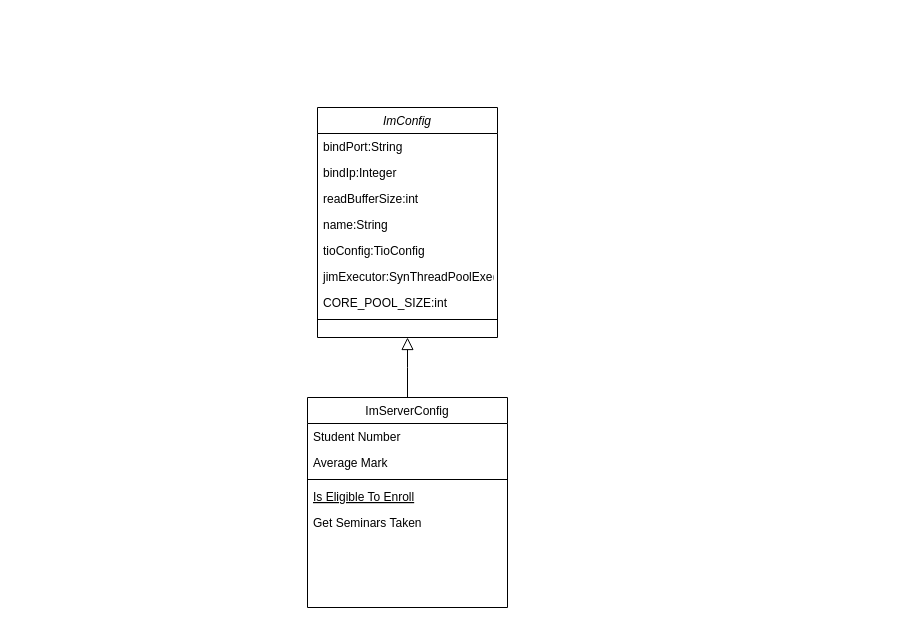
This is J-im流程图/未命名绘图.drawio from RR9-cn/DrawFile, a draw.io file, before an edit. Source tidied: cells renumbered, new cells numbered last; positions are measured from the earlier drawing's top-left corner, leaving out a move shared by most shapes. Both pictures are drawn from the tidied source at 100%, with x=0, y=0 at pixel (307, 107).
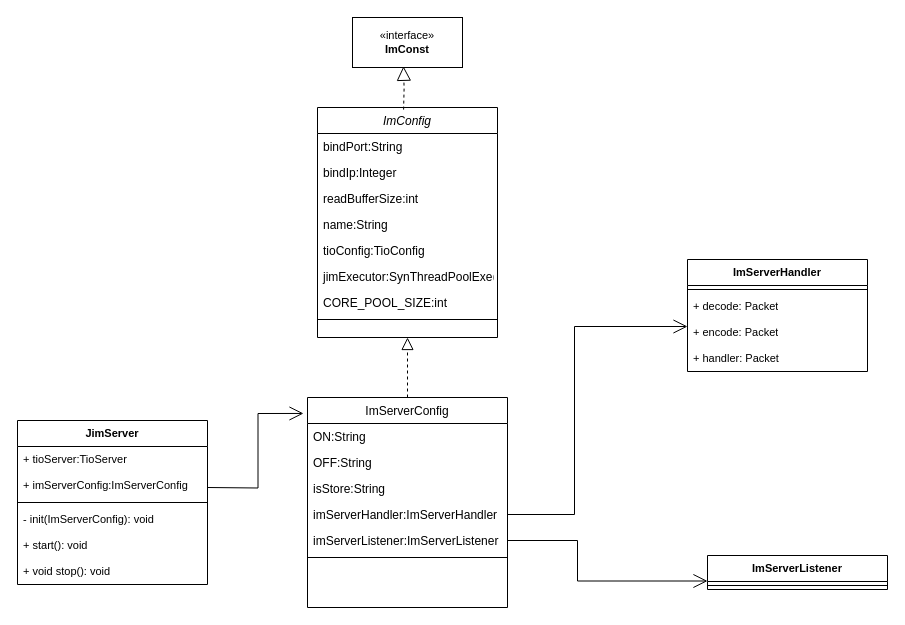
The same diagram, later.

Commit message (it also covers changes not shown here):
更新未命名绘图.drawio

Unchanged cells that the change refers to:
```xml
<mxCell id="2" value="ImConfig" style="swimlane;fontStyle=2;align=center;verticalAlign=top;horizontal=1;startSize=26;rounded=0;shadow=0;strokeWidth=1;" parent="1" vertex="1">
  <mxGeometry x="10" width="180" height="230" as="geometry" />
</mxCell>
<mxCell id="11" value="ImServerConfig" style="swimlane;fontStyle=0;align=center;verticalAlign=top;horizontal=1;startSize=26;rounded=0;shadow=0;strokeWidth=1;" parent="1" vertex="1">
  <mxGeometry y="290" width="200" height="210" as="geometry" />
</mxCell>
```

The edit, as a diff of the source:
```diff
@@
+    <mxCell id="18" style="endArrow=block;dashed=1;endFill=0;endSize=12;html=1;rounded=0;labelBackgroundColor=default;strokeColor=default;fontFamily=Helvetica;fontSize=11;fontColor=default;shape=connector;edgeStyle=orthogonalEdgeStyle;exitX=0.556;exitY=0.009;exitDx=0;exitDy=0;exitPerimeter=0;" parent="2" edge="1">
+      <mxGeometry relative="1" as="geometry">
+        <mxPoint x="86.1" y="2.1" as="sourcePoint" />
+        <mxPoint x="86" y="-41.2" as="targetPoint" />
+      </mxGeometry>
+    </mxCell>
@@
-    <mxCell id="12" value="Student Number" style="text;align=left;verticalAlign=top;spacingLeft=4;spacingRight=4;overflow=hidden;" parent="11" vertex="1">
+    <mxCell id="12" value="ON:String" style="text;align=left;verticalAlign=top;spacingLeft=4;spacingRight=4;overflow=hidden;" parent="11" vertex="1">
       <mxGeometry y="26" width="200" height="26" as="geometry" />
     </mxCell>
-    <mxCell id="13" value="Average Mark" style="text;align=left;verticalAlign=top;spacingLeft=4;spacingRight=4;overflow=hidden;rounded=0;shadow=0;html=0;" parent="11" vertex="1">
+    <mxCell id="13" value="OFF:String" style="text;align=left;verticalAlign=top;spacingLeft=4;spacingRight=4;overflow=hidden;rounded=0;shadow=0;html=0;" parent="11" vertex="1">
       <mxGeometry y="52" width="200" height="26" as="geometry" />
     </mxCell>
-    <mxCell id="14" style="line;html=1;strokeWidth=1;align=left;verticalAlign=middle;spacingTop=-1;spacingLeft=3;spacingRight=3;labelPosition=right;" parent="11" vertex="1">
-      <mxGeometry y="78" width="200" height="8" as="geometry" />
-    </mxCell>
-    <mxCell id="15" value="Is Eligible To Enroll" style="text;align=left;verticalAlign=top;spacingLeft=4;spacingRight=4;overflow=hidden;fontStyle=4;" parent="11" vertex="1">
-      <mxGeometry y="86" width="200" height="26" as="geometry" />
+    <mxCell id="15" value="isStore:String" style="text;align=left;verticalAlign=top;spacingLeft=4;spacingRight=4;overflow=hidden;fontStyle=0;" parent="11" vertex="1">
+      <mxGeometry y="78" width="200" height="26" as="geometry" />
     </mxCell>
-    <mxCell id="16" value="Get Seminars Taken" style="text;align=left;verticalAlign=top;spacingLeft=4;spacingRight=4;overflow=hidden;" parent="11" vertex="1">
-      <mxGeometry y="112" width="200" height="26" as="geometry" />
+    <mxCell id="16" value="imServerHandler:ImServerHandler" style="text;align=left;verticalAlign=top;spacingLeft=4;spacingRight=4;overflow=hidden;" parent="11" vertex="1">
+      <mxGeometry y="104" width="200" height="26" as="geometry" />
     </mxCell>
+    <mxCell id="19" value="imServerListener:ImServerListener" style="text;align=left;verticalAlign=top;spacingLeft=4;spacingRight=4;overflow=hidden;points=[[0,0.5],[1,0.5]];portConstraint=eastwest;fontStyle=0;" parent="11" vertex="1">
+      <mxGeometry y="130" width="200" height="26" as="geometry" />
+    </mxCell>
+    <mxCell id="14" style="line;html=1;strokeWidth=1;align=left;verticalAlign=middle;spacingTop=-1;spacingLeft=3;spacingRight=3;labelPosition=right;" parent="11" vertex="1">
+      <mxGeometry y="156" width="200" height="8" as="geometry" />
+    </mxCell>
-    <mxCell id="17" style="endArrow=block;endSize=10;endFill=0;shadow=0;strokeWidth=1;rounded=0;edgeStyle=elbowEdgeStyle;elbow=vertical;entryX=0.5;entryY=1;entryDx=0;entryDy=0;" parent="1" edge="1" source="11" target="2">
+    <mxCell id="17" style="endArrow=block;endSize=10;endFill=0;shadow=0;strokeWidth=1;rounded=0;edgeStyle=elbowEdgeStyle;elbow=vertical;entryX=0.5;entryY=1;entryDx=0;entryDy=0;dashed=1;" parent="1" edge="1" source="11" target="2">
       <mxGeometry relative="1" as="geometry" />
     </mxCell>
+    <mxCell id="20" style="endArrow=open;endFill=1;endSize=12;html=1;rounded=0;exitX=1.015;exitY=0.154;exitDx=0;exitDy=0;exitPerimeter=0;edgeStyle=orthogonalEdgeStyle;" parent="1" edge="1" target="24">
+      <mxGeometry relative="1" as="geometry">
+        <mxPoint x="200" y="407" as="sourcePoint" />
+        <Array as="points">
+          <mxPoint x="267" y="407" />
+          <mxPoint x="267" y="219" />
+        </Array>
+      </mxGeometry>
+    </mxCell>
+    <mxCell id="21" value="ImServerHandler" style="swimlane;fontStyle=1;align=center;verticalAlign=top;horizontal=1;startSize=26;whiteSpace=wrap;html=1;fontFamily=Helvetica;fontSize=11;fontColor=default;" parent="1" vertex="1">
+      <mxGeometry x="380" y="152" width="180" height="112" as="geometry" />
+    </mxCell>
+    <mxCell id="22" style="line;strokeWidth=1;fillColor=none;align=left;verticalAlign=middle;spacingTop=-1;spacingLeft=3;spacingRight=3;labelPosition=right;strokeColor=inherit;fontFamily=Helvetica;fontSize=11;fontColor=default;" parent="21" vertex="1">
+      <mxGeometry y="26" width="180" height="8" as="geometry" />
+    </mxCell>
+    <mxCell id="23" value="+ decode&lt;span style=&quot;background-color: initial;&quot;&gt;: Packet&lt;/span&gt;" style="text;strokeColor=none;fillColor=none;align=left;verticalAlign=top;spacingLeft=4;spacingRight=4;overflow=hidden;whiteSpace=wrap;html=1;fontSize=11;fontFamily=Helvetica;fontColor=default;" parent="21" vertex="1">
+      <mxGeometry y="34" width="180" height="26" as="geometry" />
+    </mxCell>
+    <mxCell id="24" value="+ encode&lt;span style=&quot;background-color: initial;&quot;&gt;: Packet&lt;/span&gt;" style="text;strokeColor=none;fillColor=none;align=left;verticalAlign=top;spacingLeft=4;spacingRight=4;overflow=hidden;points=[[0,0.5],[1,0.5]];portConstraint=eastwest;whiteSpace=wrap;html=1;fontSize=11;fontFamily=Helvetica;fontColor=default;" parent="21" vertex="1">
+      <mxGeometry y="60" width="180" height="26" as="geometry" />
+    </mxCell>
+    <mxCell id="25" value="+ handler&lt;span style=&quot;background-color: initial;&quot;&gt;: Packet&lt;/span&gt;" style="text;strokeColor=none;fillColor=none;align=left;verticalAlign=top;spacingLeft=4;spacingRight=4;overflow=hidden;whiteSpace=wrap;html=1;fontSize=11;fontFamily=Helvetica;fontColor=default;" parent="21" vertex="1">
+      <mxGeometry y="86" width="180" height="26" as="geometry" />
+    </mxCell>
+    <mxCell id="26" value="ImServerListener" style="swimlane;fontStyle=1;align=center;verticalAlign=top;horizontal=1;startSize=26;whiteSpace=wrap;html=1;fontFamily=Helvetica;fontSize=11;fontColor=default;" parent="1" vertex="1">
+      <mxGeometry x="400" y="448" width="180" height="34" as="geometry" />
+    </mxCell>
+    <mxCell id="27" style="line;strokeWidth=1;fillColor=none;align=left;verticalAlign=middle;spacingTop=-1;spacingLeft=3;spacingRight=3;labelPosition=right;strokeColor=inherit;fontFamily=Helvetica;fontSize=11;fontColor=default;" parent="26" vertex="1">
+      <mxGeometry y="26" width="180" height="8" as="geometry" />
+    </mxCell>
+    <mxCell id="28" style="edgeStyle=orthogonalEdgeStyle;shape=connector;rounded=0;jettySize=auto;html=1;entryX=0;entryY=0.75;entryDx=0;entryDy=0;labelBackgroundColor=default;strokeColor=default;fontFamily=Helvetica;fontSize=11;fontColor=default;endArrow=open;endFill=1;endSize=12;" parent="1" edge="1" source="19" target="26">
+      <mxGeometry relative="1" as="geometry">
+        <Array as="points">
+          <mxPoint x="270" y="433" />
+          <mxPoint x="270" y="474" />
+        </Array>
+      </mxGeometry>
+    </mxCell>
+    <mxCell id="29" value="«interface»&lt;br&gt;&lt;b&gt;ImConst&lt;/b&gt;" style="html=1;whiteSpace=wrap;fontFamily=Helvetica;fontSize=11;fontColor=default;" parent="1" vertex="1">
+      <mxGeometry x="45" y="-90" width="110" height="50" as="geometry" />
+    </mxCell>
+    <mxCell id="30" value="JimServer" style="swimlane;fontStyle=1;align=center;verticalAlign=top;horizontal=1;startSize=26;whiteSpace=wrap;html=1;fontFamily=Helvetica;fontSize=11;fontColor=default;" parent="1" vertex="1">
+      <mxGeometry x="-290" y="313" width="190" height="164" as="geometry" />
+    </mxCell>
+    <mxCell id="31" value="+ tioServer&lt;span style=&quot;background-color: initial;&quot;&gt;:&lt;/span&gt;&lt;span style=&quot;background-color: initial;&quot;&gt;TioServer&lt;/span&gt;" style="text;strokeColor=none;fillColor=none;align=left;verticalAlign=top;spacingLeft=4;spacingRight=4;overflow=hidden;whiteSpace=wrap;html=1;fontSize=11;fontFamily=Helvetica;fontColor=default;" parent="30" vertex="1">
+      <mxGeometry y="26" width="190" height="26" as="geometry" />
+    </mxCell>
+    <mxCell id="32" value="+ imServerConfig&lt;span style=&quot;background-color: initial;&quot;&gt;:ImServerConfig&lt;/span&gt;" style="text;strokeColor=none;fillColor=none;align=left;verticalAlign=top;spacingLeft=4;spacingRight=4;overflow=hidden;whiteSpace=wrap;html=1;fontSize=11;fontFamily=Helvetica;fontColor=default;" parent="30" vertex="1">
+      <mxGeometry y="52" width="190" height="26" as="geometry" />
+    </mxCell>
+    <mxCell id="33" style="line;strokeWidth=1;fillColor=none;align=left;verticalAlign=middle;spacingTop=-1;spacingLeft=3;spacingRight=3;labelPosition=right;strokeColor=inherit;fontFamily=Helvetica;fontSize=11;fontColor=default;" parent="30" vertex="1">
+      <mxGeometry y="78" width="190" height="8" as="geometry" />
+    </mxCell>
+    <mxCell id="34" value="- init(ImServerConfig): void" style="text;strokeColor=none;fillColor=none;align=left;verticalAlign=top;spacingLeft=4;spacingRight=4;overflow=hidden;whiteSpace=wrap;html=1;fontSize=11;fontFamily=Helvetica;fontColor=default;" parent="30" vertex="1">
+      <mxGeometry y="86" width="190" height="26" as="geometry" />
+    </mxCell>
+    <mxCell id="35" value="+ start(): void" style="text;strokeColor=none;fillColor=none;align=left;verticalAlign=top;spacingLeft=4;spacingRight=4;overflow=hidden;whiteSpace=wrap;html=1;fontSize=11;fontFamily=Helvetica;fontColor=default;" parent="30" vertex="1">
+      <mxGeometry y="112" width="190" height="26" as="geometry" />
+    </mxCell>
+    <mxCell id="36" value="+ void stop(): void" style="text;strokeColor=none;fillColor=none;align=left;verticalAlign=top;spacingLeft=4;spacingRight=4;overflow=hidden;whiteSpace=wrap;html=1;fontSize=11;fontFamily=Helvetica;fontColor=default;" parent="30" vertex="1">
+      <mxGeometry y="138" width="190" height="26" as="geometry" />
+    </mxCell>
+    <mxCell id="37" style="endArrow=open;endFill=1;endSize=12;html=1;rounded=0;labelBackgroundColor=default;strokeColor=default;fontFamily=Helvetica;fontSize=11;fontColor=default;shape=connector;entryX=-0.02;entryY=0.076;entryDx=0;entryDy=0;entryPerimeter=0;edgeStyle=orthogonalEdgeStyle;" parent="1" edge="1" target="11">
+      <mxGeometry relative="1" as="geometry">
+        <mxPoint x="-100" y="380" as="sourcePoint" />
+      </mxGeometry>
+    </mxCell>
```
